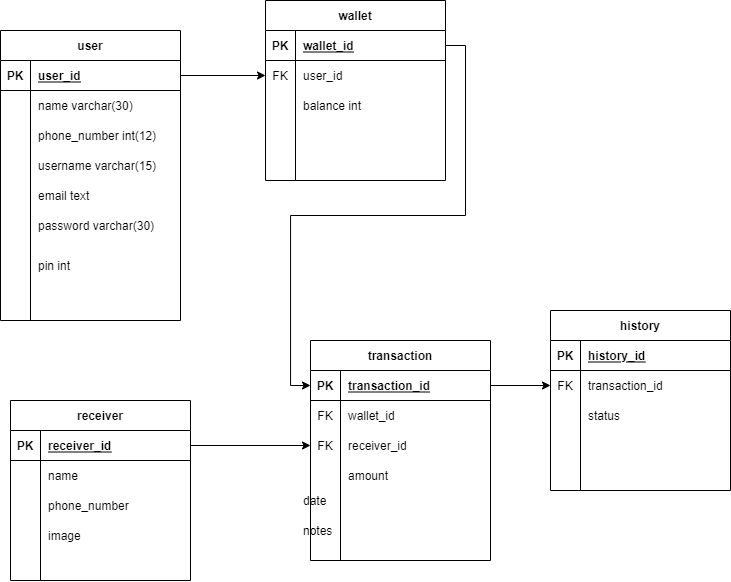
dindachyfr/database-mysql keeps this draw.io diagram as task_3.png. Above is the earlier version. Source tidied: cells renumbered, new cells last; positions are measured from the earlier drawing's top-left corner, leaving out a move shared by most shapes.
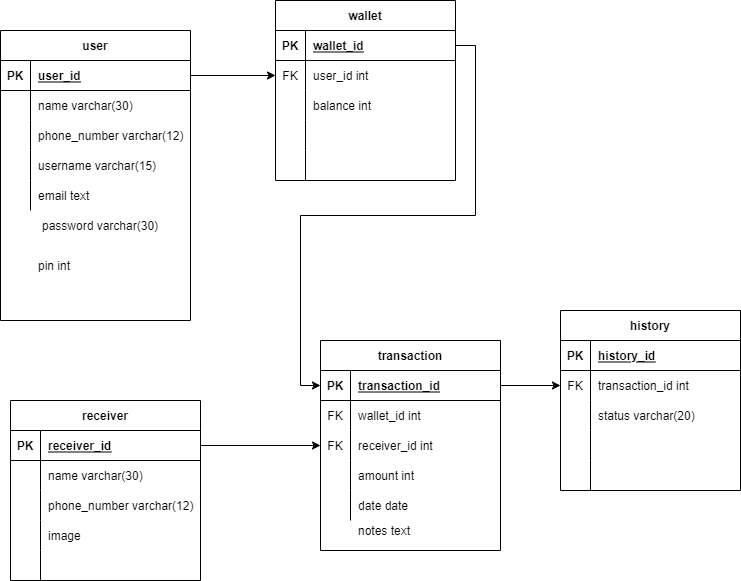
Above is the later version.

Commit message:
add data type

What changed in the source:
```diff
@@ -3,55 +3,55 @@
     <mxCell id="0" />
     <mxCell id="1" parent="0" />
     <mxCell id="2" value="user" style="shape=table;startSize=30;rowLines=0;fontStyle=1;align=center;" parent="1" vertex="1">
-      <mxGeometry y="30" width="180" height="290" as="geometry" />
+      <mxGeometry x="-10" y="30" width="190" height="290" as="geometry" />
     </mxCell>
     <mxCell id="3" style="shape=partialRectangle;fillColor=none;top=0;left=0;bottom=1;right=0;points=[[0,0.5],[1,0.5]];portConstraint=eastwest;" parent="2" vertex="1">
-      <mxGeometry y="30" width="180" height="30" as="geometry" />
+      <mxGeometry y="30" width="190" height="30" as="geometry" />
     </mxCell>
     <mxCell id="4" value="PK" style="shape=partialRectangle;fillColor=none;top=0;left=0;bottom=0;right=0;fontStyle=1;overflow=hidden;" parent="3" vertex="1">
       <mxGeometry width="30" height="30" as="geometry" />
     </mxCell>
     <mxCell id="5" value="user_id" style="shape=partialRectangle;fillColor=none;top=0;left=0;bottom=0;right=0;align=left;spacingLeft=6;fontStyle=5;overflow=hidden;" parent="3" vertex="1">
-      <mxGeometry x="30" width="150" height="30" as="geometry" />
+      <mxGeometry x="30" width="160" height="30" as="geometry" />
     </mxCell>
     <mxCell id="6" style="shape=partialRectangle;fillColor=none;top=0;left=0;bottom=0;right=0;" parent="2" vertex="1">
-      <mxGeometry y="60" width="180" height="30" as="geometry" />
+      <mxGeometry y="60" width="190" height="30" as="geometry" />
     </mxCell>
     <mxCell id="7" style="shape=partialRectangle;fillColor=none;top=0;left=0;bottom=0;right=0;overflow=hidden;" parent="6" vertex="1">
       <mxGeometry width="30" height="30" as="geometry" />
     </mxCell>
     <mxCell id="8" value="name varchar(30)" style="shape=partialRectangle;fillColor=none;top=0;left=0;bottom=0;right=0;align=left;spacingLeft=6;overflow=hidden;" parent="6" vertex="1">
-      <mxGeometry x="30" width="150" height="30" as="geometry" />
+      <mxGeometry x="30" width="160" height="30" as="geometry" />
     </mxCell>
     <mxCell id="9" style="shape=partialRectangle;fillColor=none;top=0;left=0;bottom=0;right=0;" parent="2" vertex="1">
-      <mxGeometry y="90" width="180" height="30" as="geometry" />
+      <mxGeometry y="90" width="190" height="30" as="geometry" />
     </mxCell>
     <mxCell id="10" style="shape=partialRectangle;fillColor=none;top=0;left=0;bottom=0;right=0;overflow=hidden;" parent="9" vertex="1">
       <mxGeometry width="30" height="30" as="geometry" />
     </mxCell>
-    <mxCell id="11" value="phone_number int(12)" style="shape=partialRectangle;fillColor=none;top=0;left=0;bottom=0;right=0;align=left;spacingLeft=6;overflow=hidden;" parent="9" vertex="1">
-      <mxGeometry x="30" width="150" height="30" as="geometry" />
+    <mxCell id="11" value="phone_number varchar(12)" style="shape=partialRectangle;fillColor=none;top=0;left=0;bottom=0;right=0;align=left;spacingLeft=6;overflow=hidden;" parent="9" vertex="1">
+      <mxGeometry x="30" width="160" height="30" as="geometry" />
     </mxCell>
     <mxCell id="12" style="shape=partialRectangle;fillColor=none;top=0;left=0;bottom=0;right=0;" parent="2" vertex="1">
-      <mxGeometry y="120" width="180" height="30" as="geometry" />
+      <mxGeometry y="120" width="190" height="30" as="geometry" />
     </mxCell>
     <mxCell id="13" style="shape=partialRectangle;fillColor=none;top=0;left=0;bottom=0;right=0;overflow=hidden;" parent="12" vertex="1">
       <mxGeometry width="30" height="30" as="geometry" />
     </mxCell>
     <mxCell id="14" value="username varchar(15)" style="shape=partialRectangle;fillColor=none;top=0;left=0;bottom=0;right=0;align=left;spacingLeft=6;overflow=hidden;" parent="12" vertex="1">
-      <mxGeometry x="30" width="150" height="30" as="geometry" />
+      <mxGeometry x="30" width="160" height="30" as="geometry" />
     </mxCell>
     <mxCell id="15" style="shape=partialRectangle;fillColor=none;top=0;left=0;bottom=0;right=0;" parent="2" vertex="1">
-      <mxGeometry y="150" width="180" height="30" as="geometry" />
+      <mxGeometry y="150" width="190" height="30" as="geometry" />
     </mxCell>
     <mxCell id="16" style="shape=partialRectangle;fillColor=none;top=0;left=0;bottom=0;right=0;overflow=hidden;" parent="15" vertex="1">
       <mxGeometry width="30" height="30" as="geometry" />
     </mxCell>
     <mxCell id="17" value="email text" style="shape=partialRectangle;fillColor=none;top=0;left=0;bottom=0;right=0;align=left;spacingLeft=6;overflow=hidden;" parent="15" vertex="1">
-      <mxGeometry x="30" width="150" height="30" as="geometry" />
+      <mxGeometry x="30" width="160" height="30" as="geometry" />
     </mxCell>
     <mxCell id="18" style="shape=partialRectangle;fillColor=none;top=0;left=0;bottom=0;right=0;" parent="1" vertex="1">
-      <mxGeometry y="210" width="180" height="30" as="geometry" />
+      <mxGeometry x="-6" y="210" width="180" height="30" as="geometry" />
     </mxCell>
     <mxCell id="19" style="shape=partialRectangle;fillColor=none;top=0;left=0;bottom=0;right=0;overflow=hidden;" parent="18" vertex="1">
       <mxGeometry width="30" height="30" as="geometry" />
@@ -60,7 +60,7 @@
       <mxGeometry x="30" width="150" height="30" as="geometry" />
     </mxCell>
     <mxCell id="21" style="shape=partialRectangle;fillColor=none;top=0;left=0;bottom=0;right=0;" parent="1" vertex="1">
-      <mxGeometry y="250" width="180" height="30" as="geometry" />
+      <mxGeometry x="-10" y="250" width="180" height="30" as="geometry" />
     </mxCell>
     <mxCell id="22" style="shape=partialRectangle;fillColor=none;top=0;left=0;bottom=0;right=0;overflow=hidden;" parent="21" vertex="1">
       <mxGeometry width="30" height="30" as="geometry" />
@@ -86,7 +86,7 @@
     <mxCell id="29" value="FK" style="shape=partialRectangle;fillColor=none;top=0;left=0;bottom=0;right=0;overflow=hidden;" parent="28" vertex="1">
       <mxGeometry width="30" height="30" as="geometry" />
     </mxCell>
-    <mxCell id="30" value="user_id" style="shape=partialRectangle;fillColor=none;top=0;left=0;bottom=0;right=0;align=left;spacingLeft=6;overflow=hidden;" parent="28" vertex="1">
+    <mxCell id="30" value="user_id int" style="shape=partialRectangle;fillColor=none;top=0;left=0;bottom=0;right=0;align=left;spacingLeft=6;overflow=hidden;" parent="28" vertex="1">
       <mxGeometry x="30" width="150" height="30" as="geometry" />
     </mxCell>
     <mxCell id="31" style="shape=partialRectangle;fillColor=none;top=0;left=0;bottom=0;right=0;" parent="24" vertex="1">
@@ -137,7 +137,7 @@
     <mxCell id="46" value="FK" style="shape=partialRectangle;fillColor=none;top=0;left=0;bottom=0;right=0;overflow=hidden;" parent="45" vertex="1">
       <mxGeometry width="30" height="30" as="geometry" />
     </mxCell>
-    <mxCell id="47" value="transaction_id" style="shape=partialRectangle;fillColor=none;top=0;left=0;bottom=0;right=0;align=left;spacingLeft=6;overflow=hidden;" parent="45" vertex="1">
+    <mxCell id="47" value="transaction_id int" style="shape=partialRectangle;fillColor=none;top=0;left=0;bottom=0;right=0;align=left;spacingLeft=6;overflow=hidden;" parent="45" vertex="1">
       <mxGeometry x="30" width="150" height="30" as="geometry" />
     </mxCell>
     <mxCell id="48" style="shape=partialRectangle;fillColor=none;top=0;left=0;bottom=0;right=0;" parent="41" vertex="1">
@@ -146,7 +146,7 @@
     <mxCell id="49" style="shape=partialRectangle;fillColor=none;top=0;left=0;bottom=0;right=0;overflow=hidden;" parent="48" vertex="1">
       <mxGeometry width="30" height="30" as="geometry" />
     </mxCell>
-    <mxCell id="50" value="status" style="shape=partialRectangle;fillColor=none;top=0;left=0;bottom=0;right=0;align=left;spacingLeft=6;overflow=hidden;" parent="48" vertex="1">
+    <mxCell id="50" value="status varchar(20)" style="shape=partialRectangle;fillColor=none;top=0;left=0;bottom=0;right=0;align=left;spacingLeft=6;overflow=hidden;" parent="48" vertex="1">
       <mxGeometry x="30" width="150" height="30" as="geometry" />
     </mxCell>
     <mxCell id="51" style="shape=partialRectangle;fillColor=none;top=0;left=0;bottom=0;right=0;" parent="41" vertex="1">
@@ -168,7 +168,7 @@
       <mxGeometry x="30" width="150" height="30" as="geometry" />
     </mxCell>
     <mxCell id="57" value="transaction" style="shape=table;startSize=30;rowLines=0;fontStyle=1;align=center;" parent="1" vertex="1">
-      <mxGeometry x="310" y="340" width="180" height="220" as="geometry" />
+      <mxGeometry x="310" y="340" width="180" height="210" as="geometry" />
     </mxCell>
     <mxCell id="58" style="shape=partialRectangle;fillColor=none;top=0;left=0;bottom=1;right=0;points=[[0,0.5],[1,0.5]];portConstraint=eastwest;" parent="57" vertex="1">
       <mxGeometry y="30" width="180" height="30" as="geometry" />
@@ -185,7 +185,7 @@
     <mxCell id="62" value="FK" style="shape=partialRectangle;fillColor=none;top=0;left=0;bottom=0;right=0;overflow=hidden;" parent="61" vertex="1">
       <mxGeometry width="30" height="30" as="geometry" />
     </mxCell>
-    <mxCell id="63" value="wallet_id" style="shape=partialRectangle;fillColor=none;top=0;left=0;bottom=0;right=0;align=left;spacingLeft=6;overflow=hidden;" parent="61" vertex="1">
+    <mxCell id="63" value="wallet_id int" style="shape=partialRectangle;fillColor=none;top=0;left=0;bottom=0;right=0;align=left;spacingLeft=6;overflow=hidden;" parent="61" vertex="1">
       <mxGeometry x="30" width="150" height="30" as="geometry" />
     </mxCell>
     <mxCell id="64" style="shape=partialRectangle;fillColor=none;top=0;left=0;bottom=0;right=0;points=[[0,0.5],[1,0.5]];portConstraint=eastwest;" parent="57" vertex="1">
@@ -194,7 +194,7 @@
     <mxCell id="65" value="FK" style="shape=partialRectangle;fillColor=none;top=0;left=0;bottom=0;right=0;overflow=hidden;" parent="64" vertex="1">
       <mxGeometry width="30" height="30" as="geometry" />
     </mxCell>
-    <mxCell id="66" value="receiver_id" style="shape=partialRectangle;fillColor=none;top=0;left=0;bottom=0;right=0;align=left;spacingLeft=6;overflow=hidden;" parent="64" vertex="1">
+    <mxCell id="66" value="receiver_id int" style="shape=partialRectangle;fillColor=none;top=0;left=0;bottom=0;right=0;align=left;spacingLeft=6;overflow=hidden;" parent="64" vertex="1">
       <mxGeometry x="30" width="150" height="30" as="geometry" />
     </mxCell>
     <mxCell id="67" style="shape=partialRectangle;fillColor=none;top=0;left=0;bottom=0;right=0;" parent="57" vertex="1">
@@ -203,7 +203,7 @@
     <mxCell id="68" style="shape=partialRectangle;fillColor=none;top=0;left=0;bottom=0;right=0;overflow=hidden;" parent="67" vertex="1">
       <mxGeometry width="30" height="30" as="geometry" />
     </mxCell>
-    <mxCell id="69" value="amount" style="shape=partialRectangle;fillColor=none;top=0;left=0;bottom=0;right=0;align=left;spacingLeft=6;overflow=hidden;" parent="67" vertex="1">
+    <mxCell id="69" value="amount int" style="shape=partialRectangle;fillColor=none;top=0;left=0;bottom=0;right=0;align=left;spacingLeft=6;overflow=hidden;" parent="67" vertex="1">
       <mxGeometry x="30" width="150" height="30" as="geometry" />
     </mxCell>
     <mxCell id="70" style="shape=partialRectangle;fillColor=none;top=0;left=0;bottom=0;right=0;" parent="57" vertex="1">
@@ -218,68 +218,65 @@
     <mxCell id="73" style="shape=partialRectangle;fillColor=none;top=0;left=0;bottom=0;right=0;overflow=hidden;" parent="1" vertex="1">
       <mxGeometry x="265" y="485" width="30" height="30" as="geometry" />
     </mxCell>
-    <mxCell id="74" value="date" style="shape=partialRectangle;fillColor=none;top=0;left=0;bottom=0;right=0;align=left;spacingLeft=6;overflow=hidden;" parent="1" vertex="1">
-      <mxGeometry x="295" y="485" width="150" height="30" as="geometry" />
+    <mxCell id="74" value="date date" style="shape=partialRectangle;fillColor=none;top=0;left=0;bottom=0;right=0;align=left;spacingLeft=6;overflow=hidden;" parent="1" vertex="1">
+      <mxGeometry x="340" y="490" width="150" height="30" as="geometry" />
     </mxCell>
     <mxCell id="75" style="shape=partialRectangle;fillColor=none;top=0;left=0;bottom=0;right=0;overflow=hidden;" parent="1" vertex="1">
       <mxGeometry x="265" y="515" width="30" height="30" as="geometry" />
     </mxCell>
-    <mxCell id="76" value="notes" style="shape=partialRectangle;fillColor=none;top=0;left=0;bottom=0;right=0;align=left;spacingLeft=6;overflow=hidden;" parent="1" vertex="1">
-      <mxGeometry x="295" y="515" width="150" height="30" as="geometry" />
+    <mxCell id="76" value="notes text" style="shape=partialRectangle;fillColor=none;top=0;left=0;bottom=0;right=0;align=left;spacingLeft=6;overflow=hidden;" parent="1" vertex="1">
+      <mxGeometry x="340" y="515" width="150" height="30" as="geometry" />
     </mxCell>
     <mxCell id="77" style="shape=partialRectangle;fillColor=none;top=0;left=0;bottom=0;right=0;overflow=hidden;" parent="1" vertex="1">
       <mxGeometry x="265" y="545" width="30" height="30" as="geometry" />
     </mxCell>
-    <mxCell id="78" style="shape=partialRectangle;fillColor=none;top=0;left=0;bottom=0;right=0;align=left;spacingLeft=6;overflow=hidden;" parent="1" vertex="1">
-      <mxGeometry x="295" y="545" width="150" height="30" as="geometry" />
-    </mxCell>
     <mxCell id="79" value="receiver" style="shape=table;startSize=30;rowLines=0;fontStyle=1;align=center;" parent="1" vertex="1">
-      <mxGeometry x="10" y="400" width="180" height="180" as="geometry" />
+      <mxGeometry y="400" width="190" height="180" as="geometry" />
     </mxCell>
     <mxCell id="80" style="shape=partialRectangle;fillColor=none;top=0;left=0;bottom=1;right=0;points=[[0,0.5],[1,0.5]];portConstraint=eastwest;" parent="79" vertex="1">
-      <mxGeometry y="30" width="180" height="30" as="geometry" />
+      <mxGeometry y="30" width="190" height="30" as="geometry" />
     </mxCell>
     <mxCell id="81" value="PK" style="shape=partialRectangle;fillColor=none;top=0;left=0;bottom=0;right=0;fontStyle=1;overflow=hidden;" parent="80" vertex="1">
       <mxGeometry width="30" height="30" as="geometry" />
     </mxCell>
     <mxCell id="82" value="receiver_id" style="shape=partialRectangle;fillColor=none;top=0;left=0;bottom=0;right=0;align=left;spacingLeft=6;fontStyle=5;overflow=hidden;" parent="80" vertex="1">
-      <mxGeometry x="30" width="150" height="30" as="geometry" />
+      <mxGeometry x="30" width="160" height="30" as="geometry" />
     </mxCell>
     <mxCell id="83" style="shape=partialRectangle;fillColor=none;top=0;left=0;bottom=0;right=0;" parent="79" vertex="1">
-      <mxGeometry y="60" width="180" height="30" as="geometry" />
+      <mxGeometry y="60" width="190" height="30" as="geometry" />
     </mxCell>
     <mxCell id="84" style="shape=partialRectangle;fillColor=none;top=0;left=0;bottom=0;right=0;overflow=hidden;" parent="83" vertex="1">
       <mxGeometry width="30" height="30" as="geometry" />
     </mxCell>
-    <mxCell id="85" value="name" style="shape=partialRectangle;fillColor=none;top=0;left=0;bottom=0;right=0;align=left;spacingLeft=6;overflow=hidden;" parent="83" vertex="1">
-      <mxGeometry x="30" width="150" height="30" as="geometry" />
+    <mxCell id="85" value="name varchar(30)" style="shape=partialRectangle;fillColor=none;top=0;left=0;bottom=0;right=0;align=left;spacingLeft=6;overflow=hidden;" parent="83" vertex="1">
+      <mxGeometry x="30" width="160" height="30" as="geometry" />
     </mxCell>
     <mxCell id="86" style="shape=partialRectangle;fillColor=none;top=0;left=0;bottom=0;right=0;" parent="79" vertex="1">
-      <mxGeometry y="90" width="180" height="30" as="geometry" />
+      <mxGeometry y="90" width="190" height="30" as="geometry" />
     </mxCell>
     <mxCell id="87" style="shape=partialRectangle;fillColor=none;top=0;left=0;bottom=0;right=0;overflow=hidden;" parent="86" vertex="1">
       <mxGeometry width="30" height="30" as="geometry" />
     </mxCell>
-    <mxCell id="88" value="phone_number" style="shape=partialRectangle;fillColor=none;top=0;left=0;bottom=0;right=0;align=left;spacingLeft=6;overflow=hidden;" parent="86" vertex="1">
-      <mxGeometry x="30" width="150" height="30" as="geometry" />
+    <mxCell id="88" value="phone_number varchar(12)" style="shape=partialRectangle;fillColor=none;top=0;left=0;bottom=0;right=0;align=left;spacingLeft=6;overflow=hidden;" parent="86" vertex="1">
+      <mxGeometry x="30" width="160" height="30" as="geometry" />
     </mxCell>
     <mxCell id="89" style="shape=partialRectangle;fillColor=none;top=0;left=0;bottom=0;right=0;" parent="79" vertex="1">
-      <mxGeometry y="120" width="180" height="30" as="geometry" />
+      <mxGeometry y="120" width="190" height="30" as="geometry" />
     </mxCell>
     <mxCell id="90" style="shape=partialRectangle;fillColor=none;top=0;left=0;bottom=0;right=0;overflow=hidden;" parent="89" vertex="1">
       <mxGeometry width="30" height="30" as="geometry" />
     </mxCell>
     <mxCell id="91" value="image" style="shape=partialRectangle;fillColor=none;top=0;left=0;bottom=0;right=0;align=left;spacingLeft=6;overflow=hidden;" parent="89" vertex="1">
-      <mxGeometry x="30" width="150" height="30" as="geometry" />
+      <mxGeometry x="30" width="160" height="30" as="geometry" />
     </mxCell>
     <mxCell id="92" style="shape=partialRectangle;fillColor=none;top=0;left=0;bottom=0;right=0;" parent="79" vertex="1">
-      <mxGeometry y="150" width="180" height="30" as="geometry" />
+      <mxGeometry y="150" width="190" height="30" as="geometry" />
     </mxCell>
     <mxCell id="93" style="shape=partialRectangle;fillColor=none;top=0;left=0;bottom=0;right=0;overflow=hidden;" parent="92" vertex="1">
       <mxGeometry width="30" height="30" as="geometry" />
     </mxCell>
     <mxCell id="94" style="shape=partialRectangle;fillColor=none;top=0;left=0;bottom=0;right=0;align=left;spacingLeft=6;overflow=hidden;" parent="92" vertex="1">
-      <mxGeometry x="30" width="150" height="30" as="geometry" />
+      <mxGeometry x="30" width="160" height="30" as="geometry" />
     </mxCell>
     <mxCell id="95" style="edgeStyle=orthogonalEdgeStyle;rounded=0;jettySize=auto;html=1;exitX=1;exitY=0.5;exitDx=0;exitDy=0;entryX=0;entryY=0.5;entryDx=0;entryDy=0;" parent="1" edge="1" source="80" target="64">
       <mxGeometry relative="1" as="geometry" />
```
